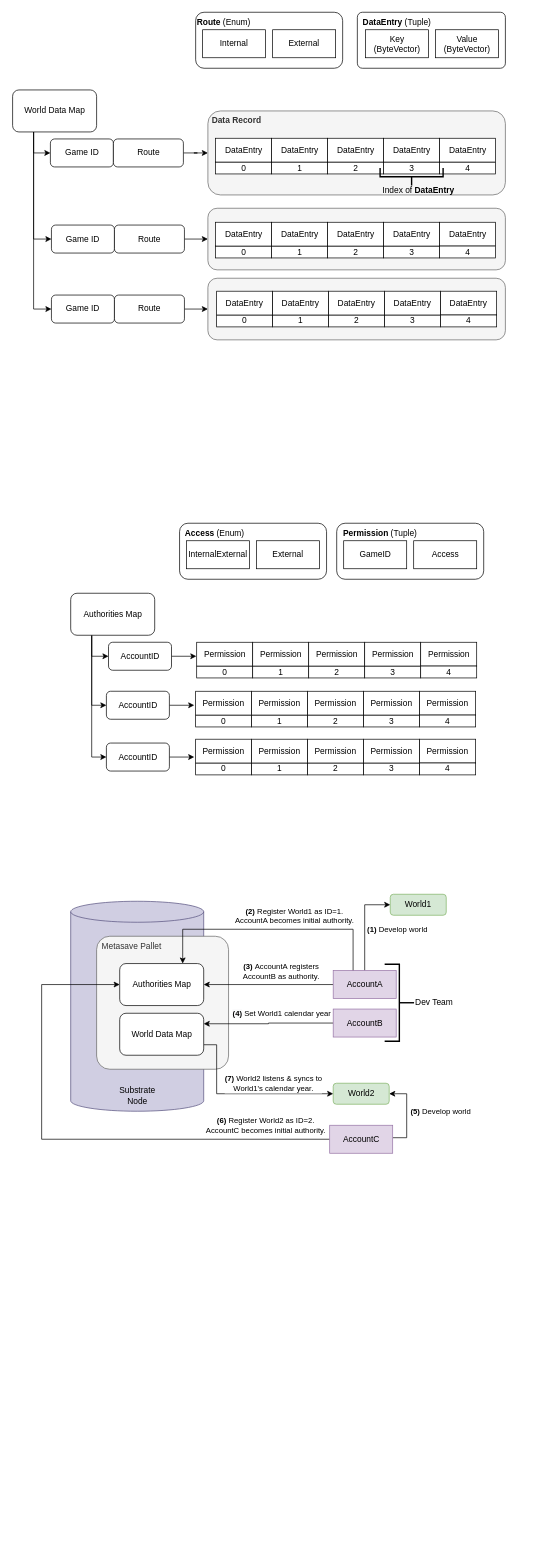
The draw.io diagram page "Architecture" (2 of 3) of doc/Docs.drawio in kilogold/Metasave, before the edit. Source tidied: cells renumbered, new cells numbered last; positions are measured from the earlier drawing's top-left corner, leaving out a move shared by most shapes. Both pictures are drawn from the tidied source at 70%, with x=0, y=0 at pixel (12, 12).
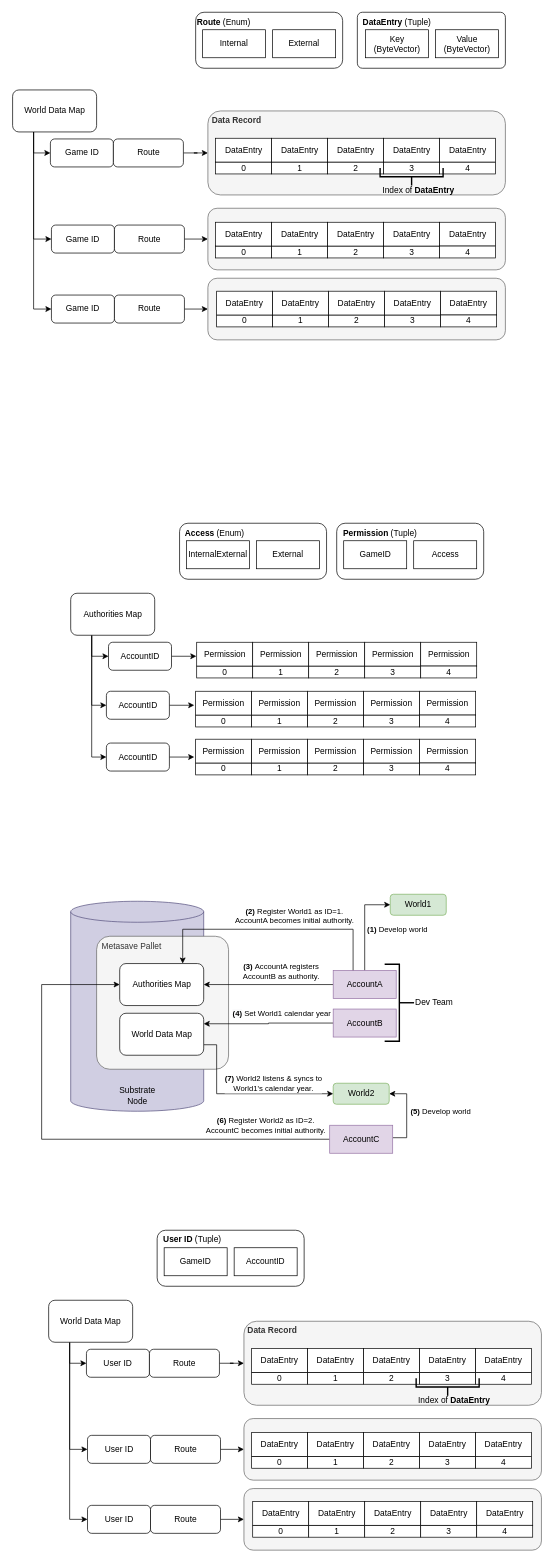
After the change.

What changed in the source:
```diff
@@
+    <mxCell id="126" value="User ID&amp;nbsp;&lt;span style=&quot;font-weight: normal&quot;&gt;(Tuple)&lt;/span&gt;" style="rounded=1;whiteSpace=wrap;html=1;align=left;verticalAlign=top;fontStyle=1;spacingLeft=7;" parent="1" vertex="1">
+      <mxGeometry x="207" y="1740" width="210" height="80" as="geometry" />
+    </mxCell>
+    <mxCell id="127" value="GameID" style="rounded=0;whiteSpace=wrap;html=1;align=center;verticalAlign=middle;" parent="1" vertex="1">
+      <mxGeometry x="217" y="1765" width="90" height="40" as="geometry" />
+    </mxCell>
+    <mxCell id="128" value="AccountID" style="rounded=0;whiteSpace=wrap;html=1;align=center;verticalAlign=middle;" parent="1" vertex="1">
+      <mxGeometry x="317" y="1765" width="90" height="40" as="geometry" />
+    </mxCell>
+    <mxCell id="129" style="edgeStyle=orthogonalEdgeStyle;rounded=0;jettySize=auto;html=1;entryX=0;entryY=0.5;entryDx=0;entryDy=0;exitX=0.25;exitY=1;exitDx=0;exitDy=0;" parent="1" edge="1" source="132" target="133">
+      <mxGeometry relative="1" as="geometry">
+        <Array as="points">
+          <mxPoint x="82" y="1930" />
+        </Array>
+      </mxGeometry>
+    </mxCell>
+    <mxCell id="130" style="edgeStyle=orthogonalEdgeStyle;rounded=0;jettySize=auto;html=1;exitX=0.25;exitY=1;exitDx=0;exitDy=0;entryX=0;entryY=0.5;entryDx=0;entryDy=0;" parent="1" edge="1" source="132" target="144">
+      <mxGeometry relative="1" as="geometry" />
+    </mxCell>
+    <mxCell id="131" style="edgeStyle=orthogonalEdgeStyle;rounded=0;jettySize=auto;html=1;exitX=0.25;exitY=1;exitDx=0;exitDy=0;entryX=0;entryY=0.5;entryDx=0;entryDy=0;" parent="1" edge="1" source="132" target="148">
+      <mxGeometry relative="1" as="geometry" />
+    </mxCell>
+    <mxCell id="132" value="World Data Map" style="rounded=1;whiteSpace=wrap;html=1;align=center;verticalAlign=middle;" parent="1" vertex="1">
+      <mxGeometry x="52" y="1840" width="120" height="60" as="geometry" />
+    </mxCell>
+    <mxCell id="133" value="User ID" style="rounded=1;whiteSpace=wrap;html=1;align=center;verticalAlign=middle;" parent="1" vertex="1">
+      <mxGeometry x="106" y="1910" width="90" height="40" as="geometry" />
+    </mxCell>
+    <mxCell id="134" style="edgeStyle=orthogonalEdgeStyle;rounded=0;jettySize=auto;html=1;entryX=0;entryY=0.5;entryDx=0;entryDy=0;" parent="1" edge="1" source="135" target="136">
+      <mxGeometry relative="1" as="geometry" />
+    </mxCell>
+    <mxCell id="135" value="Route" style="rounded=1;whiteSpace=wrap;html=1;align=center;verticalAlign=middle;" parent="1" vertex="1">
+      <mxGeometry x="196" y="1910" width="100" height="40" as="geometry" />
+    </mxCell>
+    <mxCell id="136" value="&amp;nbsp;Data Record" style="rounded=1;whiteSpace=wrap;html=1;align=left;verticalAlign=top;fontStyle=1;fillColor=#f5f5f5;fontColor=#333333;strokeColor=#666666;" parent="1" vertex="1">
+      <mxGeometry x="331" y="1870" width="425" height="120" as="geometry" />
+    </mxCell>
+    <mxCell id="137" value="0" style="rounded=0;whiteSpace=wrap;html=1;align=center;verticalAlign=middle;" parent="1" vertex="1">
+      <mxGeometry x="342" y="1943" width="80" height="17" as="geometry" />
+    </mxCell>
+    <mxCell id="138" value="1" style="rounded=0;whiteSpace=wrap;html=1;align=center;verticalAlign=middle;" parent="1" vertex="1">
+      <mxGeometry x="422" y="1943" width="80" height="17" as="geometry" />
+    </mxCell>
+    <mxCell id="139" value="2" style="rounded=0;whiteSpace=wrap;html=1;align=center;verticalAlign=middle;" parent="1" vertex="1">
+      <mxGeometry x="502" y="1943" width="80" height="17" as="geometry" />
+    </mxCell>
+    <mxCell id="140" value="3" style="rounded=0;whiteSpace=wrap;html=1;align=center;verticalAlign=middle;" parent="1" vertex="1">
+      <mxGeometry x="582" y="1943" width="80" height="17" as="geometry" />
+    </mxCell>
+    <mxCell id="141" value="4" style="rounded=0;whiteSpace=wrap;html=1;align=center;verticalAlign=middle;" parent="1" vertex="1">
+      <mxGeometry x="662" y="1943" width="80" height="17" as="geometry" />
+    </mxCell>
+    <mxCell id="142" style="strokeWidth=2;html=1;shape=mxgraph.flowchart.annotation_2;align=left;labelPosition=right;rotation=-90;" parent="1" vertex="1">
+      <mxGeometry x="609.5" y="1919" width="25" height="90" as="geometry" />
+    </mxCell>
+    <mxCell id="143" value="Index of &lt;b&gt;DataEntry&lt;/b&gt;" style="text;html=1;strokeColor=none;fillColor=none;align=center;verticalAlign=middle;whiteSpace=wrap;rounded=0;" parent="1" vertex="1">
+      <mxGeometry x="564" y="1968" width="135" height="30" as="geometry" />
+    </mxCell>
+    <mxCell id="144" value="User ID" style="rounded=1;whiteSpace=wrap;html=1;align=center;verticalAlign=middle;" parent="1" vertex="1">
+      <mxGeometry x="107.5" y="2033" width="90" height="40" as="geometry" />
+    </mxCell>
+    <mxCell id="145" style="edgeStyle=orthogonalEdgeStyle;rounded=0;jettySize=auto;html=1;exitX=1;exitY=0.5;exitDx=0;exitDy=0;entryX=0;entryY=0.5;entryDx=0;entryDy=0;" parent="1" edge="1" source="146" target="147">
+      <mxGeometry relative="1" as="geometry" />
+    </mxCell>
+    <mxCell id="146" value="Route" style="rounded=1;whiteSpace=wrap;html=1;align=center;verticalAlign=middle;" parent="1" vertex="1">
+      <mxGeometry x="197.5" y="2033" width="100" height="40" as="geometry" />
+    </mxCell>
+    <mxCell id="147" style="rounded=1;whiteSpace=wrap;html=1;align=left;verticalAlign=top;fontStyle=1;fillColor=#f5f5f5;fontColor=#333333;strokeColor=#666666;" parent="1" vertex="1">
+      <mxGeometry x="331" y="2009" width="425" height="88" as="geometry" />
+    </mxCell>
+    <mxCell id="148" value="User ID" style="rounded=1;whiteSpace=wrap;html=1;align=center;verticalAlign=middle;" parent="1" vertex="1">
+      <mxGeometry x="107.5" y="2133" width="90" height="40" as="geometry" />
+    </mxCell>
+    <mxCell id="149" style="edgeStyle=orthogonalEdgeStyle;rounded=0;jettySize=auto;html=1;exitX=1;exitY=0.5;exitDx=0;exitDy=0;entryX=0;entryY=0.5;entryDx=0;entryDy=0;" parent="1" edge="1" source="150" target="151">
+      <mxGeometry relative="1" as="geometry" />
+    </mxCell>
+    <mxCell id="150" value="Route" style="rounded=1;whiteSpace=wrap;html=1;align=center;verticalAlign=middle;" parent="1" vertex="1">
+      <mxGeometry x="197.5" y="2133" width="100" height="40" as="geometry" />
+    </mxCell>
+    <mxCell id="151" style="rounded=1;whiteSpace=wrap;html=1;align=left;verticalAlign=top;fontStyle=1;fillColor=#f5f5f5;fontColor=#333333;strokeColor=#666666;" parent="1" vertex="1">
+      <mxGeometry x="331" y="2109" width="425" height="88" as="geometry" />
+    </mxCell>
+    <mxCell id="152" value="DataEntry" style="rounded=0;whiteSpace=wrap;html=1;align=center;verticalAlign=middle;" parent="1" vertex="1">
+      <mxGeometry x="342" y="1909" width="80" height="34" as="geometry" />
+    </mxCell>
+    <mxCell id="153" value="DataEntry" style="rounded=0;whiteSpace=wrap;html=1;align=center;verticalAlign=middle;" parent="1" vertex="1">
+      <mxGeometry x="422" y="1909" width="80" height="34" as="geometry" />
+    </mxCell>
+    <mxCell id="154" value="DataEntry" style="rounded=0;whiteSpace=wrap;html=1;align=center;verticalAlign=middle;" parent="1" vertex="1">
+      <mxGeometry x="502" y="1909" width="80" height="34" as="geometry" />
+    </mxCell>
+    <mxCell id="155" value="DataEntry" style="rounded=0;whiteSpace=wrap;html=1;align=center;verticalAlign=middle;" parent="1" vertex="1">
+      <mxGeometry x="582" y="1909" width="80" height="34" as="geometry" />
+    </mxCell>
+    <mxCell id="156" value="DataEntry" style="rounded=0;whiteSpace=wrap;html=1;align=center;verticalAlign=middle;" parent="1" vertex="1">
+      <mxGeometry x="662" y="1909" width="80" height="34" as="geometry" />
+    </mxCell>
+    <mxCell id="157" value="0" style="rounded=0;whiteSpace=wrap;html=1;align=center;verticalAlign=middle;" parent="1" vertex="1">
+      <mxGeometry x="342" y="2063" width="80" height="17" as="geometry" />
+    </mxCell>
+    <mxCell id="158" value="1" style="rounded=0;whiteSpace=wrap;html=1;align=center;verticalAlign=middle;" parent="1" vertex="1">
+      <mxGeometry x="422" y="2063" width="80" height="17" as="geometry" />
+    </mxCell>
+    <mxCell id="159" value="2" style="rounded=0;whiteSpace=wrap;html=1;align=center;verticalAlign=middle;" parent="1" vertex="1">
+      <mxGeometry x="502" y="2063" width="80" height="17" as="geometry" />
+    </mxCell>
+    <mxCell id="160" value="3" style="rounded=0;whiteSpace=wrap;html=1;align=center;verticalAlign=middle;" parent="1" vertex="1">
+      <mxGeometry x="582" y="2063" width="80" height="17" as="geometry" />
+    </mxCell>
+    <mxCell id="161" value="DataEntry" style="rounded=0;whiteSpace=wrap;html=1;align=center;verticalAlign=middle;" parent="1" vertex="1">
+      <mxGeometry x="342" y="2029" width="80" height="34" as="geometry" />
+    </mxCell>
+    <mxCell id="162" value="DataEntry" style="rounded=0;whiteSpace=wrap;html=1;align=center;verticalAlign=middle;" parent="1" vertex="1">
+      <mxGeometry x="422" y="2029" width="80" height="34" as="geometry" />
+    </mxCell>
+    <mxCell id="163" value="DataEntry" style="rounded=0;whiteSpace=wrap;html=1;align=center;verticalAlign=middle;" parent="1" vertex="1">
+      <mxGeometry x="502" y="2029" width="80" height="34" as="geometry" />
+    </mxCell>
+    <mxCell id="164" value="DataEntry" style="rounded=0;whiteSpace=wrap;html=1;align=center;verticalAlign=middle;" parent="1" vertex="1">
+      <mxGeometry x="582" y="2029" width="80" height="34" as="geometry" />
+    </mxCell>
+    <mxCell id="165" value="DataEntry" style="rounded=0;whiteSpace=wrap;html=1;align=center;verticalAlign=middle;" parent="1" vertex="1">
+      <mxGeometry x="662" y="2029" width="80" height="34" as="geometry" />
+    </mxCell>
+    <mxCell id="166" value="4" style="rounded=0;whiteSpace=wrap;html=1;align=center;verticalAlign=middle;" parent="1" vertex="1">
+      <mxGeometry x="662" y="2063" width="80" height="17" as="geometry" />
+    </mxCell>
+    <mxCell id="167" value="0" style="rounded=0;whiteSpace=wrap;html=1;align=center;verticalAlign=middle;" parent="1" vertex="1">
+      <mxGeometry x="343.5" y="2161.5" width="80" height="17" as="geometry" />
+    </mxCell>
+    <mxCell id="168" value="1" style="rounded=0;whiteSpace=wrap;html=1;align=center;verticalAlign=middle;" parent="1" vertex="1">
+      <mxGeometry x="423.5" y="2161.5" width="80" height="17" as="geometry" />
+    </mxCell>
+    <mxCell id="169" value="2" style="rounded=0;whiteSpace=wrap;html=1;align=center;verticalAlign=middle;" parent="1" vertex="1">
+      <mxGeometry x="503.5" y="2161.5" width="80" height="17" as="geometry" />
+    </mxCell>
+    <mxCell id="170" value="3" style="rounded=0;whiteSpace=wrap;html=1;align=center;verticalAlign=middle;" parent="1" vertex="1">
+      <mxGeometry x="583.5" y="2161.5" width="80" height="17" as="geometry" />
+    </mxCell>
+    <mxCell id="171" value="DataEntry" style="rounded=0;whiteSpace=wrap;html=1;align=center;verticalAlign=middle;" parent="1" vertex="1">
+      <mxGeometry x="343.5" y="2127.5" width="80" height="34" as="geometry" />
+    </mxCell>
+    <mxCell id="172" value="DataEntry" style="rounded=0;whiteSpace=wrap;html=1;align=center;verticalAlign=middle;" parent="1" vertex="1">
+      <mxGeometry x="423.5" y="2127.5" width="80" height="34" as="geometry" />
+    </mxCell>
+    <mxCell id="173" value="DataEntry" style="rounded=0;whiteSpace=wrap;html=1;align=center;verticalAlign=middle;" parent="1" vertex="1">
+      <mxGeometry x="503.5" y="2127.5" width="80" height="34" as="geometry" />
+    </mxCell>
+    <mxCell id="174" value="DataEntry" style="rounded=0;whiteSpace=wrap;html=1;align=center;verticalAlign=middle;" parent="1" vertex="1">
+      <mxGeometry x="583.5" y="2127.5" width="80" height="34" as="geometry" />
+    </mxCell>
+    <mxCell id="175" value="DataEntry" style="rounded=0;whiteSpace=wrap;html=1;align=center;verticalAlign=middle;" parent="1" vertex="1">
+      <mxGeometry x="663.5" y="2127.5" width="80" height="34" as="geometry" />
+    </mxCell>
+    <mxCell id="176" value="4" style="rounded=0;whiteSpace=wrap;html=1;align=center;verticalAlign=middle;" parent="1" vertex="1">
+      <mxGeometry x="663.5" y="2161.5" width="80" height="17" as="geometry" />
+    </mxCell>
```
